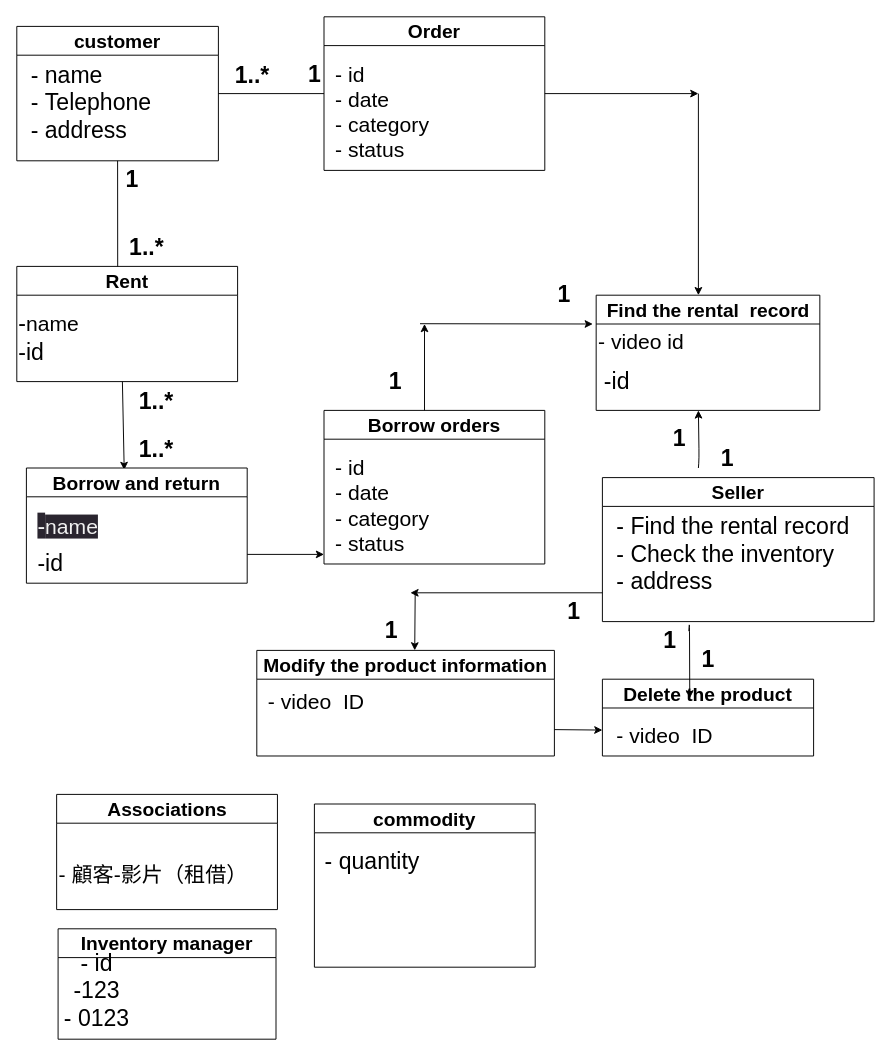
as37470317/112-2Finalproject keeps this draw.io diagram as page "第1頁" (1 of 2) of answer.drawio. Above is the earlier version. Source tidied: cells renumbered, new cells numbered last; positions are measured from the earlier drawing's top-left corner, leaving out a move shared by most shapes. Both pictures are drawn from the tidied source at 96%, with x=0, y=0 at pixel (16, 16).
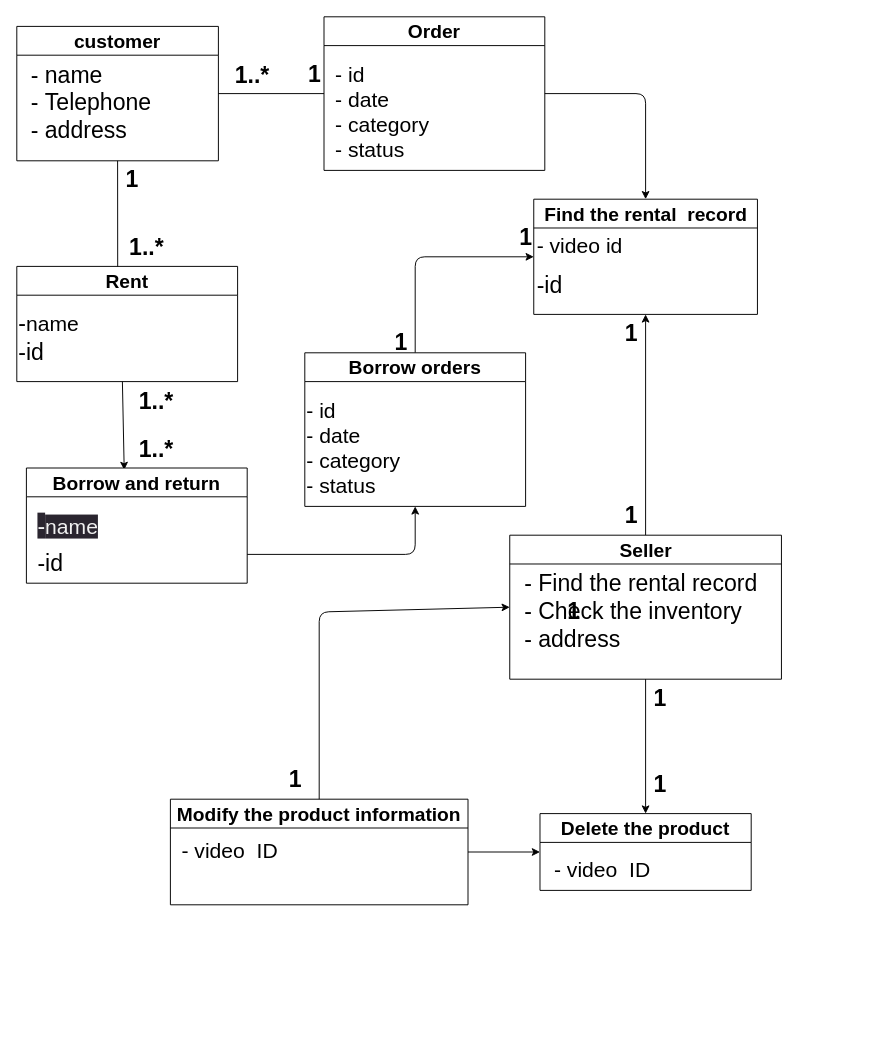
Above is the later version.

Commit message (it also covers changes not shown here):
初步類別圖

Unchanged cells that the change refers to:
```xml
<mxCell id="15" value="&lt;font style=&quot;font-size: 20px;&quot;&gt;Order&lt;/font&gt;" style="swimlane;whiteSpace=wrap;html=1;startSize=30;" parent="1" vertex="1">
  <mxGeometry x="320" width="230" height="160" as="geometry" />
</mxCell>
<mxCell id="28" value="&lt;span style=&quot;font-size: 20px;&quot;&gt;Borrow and return&lt;/span&gt;" style="swimlane;whiteSpace=wrap;html=1;startSize=30;" parent="1" vertex="1">
  <mxGeometry x="10" y="470" width="230" height="120" as="geometry" />
</mxCell>
```

Change to the diagram source:
```diff
@@
-    <mxCell id="2" value="&lt;font style=&quot;font-size: 20px;&quot;&gt;Associations&lt;/font&gt;" style="swimlane;whiteSpace=wrap;html=1;startSize=30;" parent="1" vertex="1">
-      <mxGeometry x="41.5" y="810" width="230" height="120" as="geometry" />
-    </mxCell>
-    <mxCell id="3" value="&lt;font style=&quot;font-size: 22px;&quot;&gt; - 顧客-影片（租借）&lt;br&gt;&lt;/font&gt;" style="text;html=1;align=left;verticalAlign=middle;strokeColor=none;fillColor=none;" parent="2" vertex="1">
-      <mxGeometry y="65" width="220" height="40" as="geometry" />
-    </mxCell>
-    <mxCell id="4" value="&lt;font style=&quot;font-size: 20px;&quot;&gt;commodity&lt;/font&gt;" style="swimlane;whiteSpace=wrap;html=1;startSize=30;" parent="1" vertex="1">
-      <mxGeometry x="310" y="820" width="230" height="170" as="geometry" />
-    </mxCell>
-    <mxCell id="5" value="&lt;font style=&quot;font-size: 24px;&quot;&gt;-&amp;nbsp;quantity&lt;/font&gt;" style="text;html=1;align=center;verticalAlign=middle;strokeColor=none;fillColor=none;" parent="4" vertex="1">
-      <mxGeometry y="40" width="120" height="40" as="geometry" />
-    </mxCell>
@@
-    <mxCell id="10" value="&lt;font style=&quot;font-size: 20px;&quot;&gt;Inventory manager&lt;/font&gt;" style="swimlane;whiteSpace=wrap;html=1;startSize=30;" parent="1" vertex="1">
-      <mxGeometry x="43" y="950" width="227" height="115" as="geometry" />
-    </mxCell>
-    <mxCell id="11" value="&lt;font style=&quot;font-size: 24px;&quot;&gt;- id&lt;br&gt;-123&lt;br&gt;- 0123&lt;br&gt;&lt;/font&gt;" style="text;html=1;align=center;verticalAlign=middle;strokeColor=none;fillColor=none;" parent="10" vertex="1">
-      <mxGeometry x="-5" y="15" width="90" height="100" as="geometry" />
-    </mxCell>
@@
-    <mxCell id="14" style="edgeStyle=none;html=1;exitX=1;exitY=0.5;exitDx=0;exitDy=0;" parent="1" edge="1" source="15">
-      <mxGeometry relative="1" as="geometry">
-        <mxPoint x="710" y="80" as="targetPoint" />
-      </mxGeometry>
-    </mxCell>
+    <mxCell id="56" style="edgeStyle=none;html=1;exitX=1;exitY=0.5;exitDx=0;exitDy=0;entryX=0.5;entryY=0;entryDx=0;entryDy=0;" parent="1" edge="1" source="15" target="20">
+      <mxGeometry relative="1" as="geometry">
+        <Array as="points">
+          <mxPoint x="655" y="80" />
+        </Array>
+      </mxGeometry>
+    </mxCell>
@@
-    <mxCell id="17" style="edgeStyle=none;html=1;exitX=0;exitY=0.5;exitDx=0;exitDy=0;" parent="1" edge="1">
-      <mxGeometry relative="1" as="geometry">
-        <mxPoint x="610" y="600" as="sourcePoint" />
-        <mxPoint x="410" y="600" as="targetPoint" />
-      </mxGeometry>
-    </mxCell>
+    <mxCell id="57" style="edgeStyle=none;html=1;exitX=0.5;exitY=0;exitDx=0;exitDy=0;entryX=0.5;entryY=1;entryDx=0;entryDy=0;" parent="1" edge="1" source="18" target="20">
+      <mxGeometry relative="1" as="geometry" />
+    </mxCell>
+    <mxCell id="58" style="edgeStyle=none;html=1;exitX=0.5;exitY=1;exitDx=0;exitDy=0;entryX=0.5;entryY=0;entryDx=0;entryDy=0;" parent="1" edge="1" source="18" target="31">
+      <mxGeometry relative="1" as="geometry" />
+    </mxCell>
     <mxCell id="18" value="&lt;span style=&quot;font-size: 20px;&quot;&gt;Seller&lt;/span&gt;" style="swimlane;whiteSpace=wrap;html=1;startSize=30;" parent="1" vertex="1">
-      <mxGeometry x="610" y="480" width="283" height="150" as="geometry" />
+      <mxGeometry x="513.5" y="540" width="283" height="150" as="geometry" />
     </mxCell>
@@
     <mxCell id="20" value="&lt;span style=&quot;font-size: 20px;&quot;&gt;Find the rental&amp;nbsp; record&lt;/span&gt;" style="swimlane;whiteSpace=wrap;html=1;startSize=30;" parent="1" vertex="1">
-      <mxGeometry x="603.5" y="290" width="233" height="120" as="geometry" />
+      <mxGeometry x="538.5" y="190" width="233" height="120" as="geometry" />
     </mxCell>
     <mxCell id="21" value="&lt;font style=&quot;font-size: 22px;&quot;&gt; - video id&lt;br&gt;&lt;/font&gt;" style="text;html=1;align=left;verticalAlign=middle;strokeColor=none;fillColor=none;" parent="20" vertex="1">
-      <mxGeometry y="30" width="110" height="40" as="geometry" />
+      <mxGeometry x="1.5" y="30" width="110" height="40" as="geometry" />
     </mxCell>
     <mxCell id="22" value="&lt;font style=&quot;font-size: 22px;&quot;&gt;&lt;span style=&quot;font-size: 24px;&quot;&gt;-id&lt;/span&gt;&lt;br&gt;&lt;/font&gt;" style="text;html=1;align=left;verticalAlign=middle;strokeColor=none;fillColor=none;" parent="20" vertex="1">
-      <mxGeometry x="6.5" y="70" width="50" height="40" as="geometry" />
+      <mxGeometry x="1.5" y="70" width="50" height="40" as="geometry" />
     </mxCell>
@@
-    <mxCell id="27" style="edgeStyle=none;html=1;exitX=1;exitY=0.75;exitDx=0;exitDy=0;" parent="1" edge="1" source="28">
-      <mxGeometry relative="1" as="geometry">
-        <mxPoint x="320" y="560" as="targetPoint" />
-      </mxGeometry>
-    </mxCell>
+    <mxCell id="59" style="edgeStyle=none;html=1;exitX=1;exitY=0.75;exitDx=0;exitDy=0;entryX=0.5;entryY=1;entryDx=0;entryDy=0;" parent="1" edge="1" source="28" target="39">
+      <mxGeometry relative="1" as="geometry">
+        <Array as="points">
+          <mxPoint x="415" y="560" />
+        </Array>
+      </mxGeometry>
+    </mxCell>
@@
     <mxCell id="31" value="&lt;span style=&quot;font-size: 20px;&quot;&gt;Delete the product&lt;/span&gt;" style="swimlane;whiteSpace=wrap;html=1;startSize=30;" parent="1" vertex="1">
-      <mxGeometry x="610" y="690" width="220" height="80" as="geometry" />
+      <mxGeometry x="545" y="830" width="220" height="80" as="geometry" />
     </mxCell>
@@
-    <mxCell id="33" style="edgeStyle=none;html=1;" parent="1" edge="1">
-      <mxGeometry relative="1" as="geometry">
-        <mxPoint x="415" y="600" as="sourcePoint" />
-        <mxPoint x="414.5" y="660" as="targetPoint" />
-      </mxGeometry>
-    </mxCell>
-    <mxCell id="34" style="edgeStyle=none;html=1;exitX=1;exitY=0.75;exitDx=0;exitDy=0;" parent="1" edge="1">
-      <mxGeometry relative="1" as="geometry">
-        <mxPoint x="560" y="742.5" as="sourcePoint" />
-        <mxPoint x="610" y="743" as="targetPoint" />
-      </mxGeometry>
-    </mxCell>
+    <mxCell id="60" style="edgeStyle=none;html=1;exitX=1;exitY=0.5;exitDx=0;exitDy=0;entryX=0;entryY=0.5;entryDx=0;entryDy=0;" parent="1" edge="1" source="35" target="31">
+      <mxGeometry relative="1" as="geometry" />
+    </mxCell>
     <mxCell id="35" value="&lt;span style=&quot;font-size: 20px;&quot;&gt;Modify the product information&lt;/span&gt;" style="swimlane;whiteSpace=wrap;html=1;startSize=30;" parent="1" vertex="1">
-      <mxGeometry x="250" y="660" width="310" height="110" as="geometry" />
+      <mxGeometry x="160" y="815" width="310" height="110" as="geometry" />
     </mxCell>
@@
-    <mxCell id="37" style="edgeStyle=none;html=1;" parent="1" edge="1">
-      <mxGeometry relative="1" as="geometry">
-        <mxPoint x="710" y="470" as="sourcePoint" />
-        <mxPoint x="710" y="410" as="targetPoint" />
-        <Array as="points">
-          <mxPoint x="710.7" y="460" />
-        </Array>
-      </mxGeometry>
-    </mxCell>
-    <mxCell id="38" style="edgeStyle=none;html=1;" parent="1" edge="1">
-      <mxGeometry relative="1" as="geometry">
-        <mxPoint x="700" y="640" as="sourcePoint" />
-        <mxPoint x="701" y="710" as="targetPoint" />
-        <Array as="points">
-          <mxPoint x="700.7" y="630" />
-        </Array>
-      </mxGeometry>
-    </mxCell>
+    <mxCell id="61" style="edgeStyle=none;html=1;exitX=0.5;exitY=0;exitDx=0;exitDy=0;entryX=0;entryY=0.5;entryDx=0;entryDy=0;" parent="1" edge="1" source="39" target="20">
+      <mxGeometry relative="1" as="geometry">
+        <Array as="points">
+          <mxPoint x="415" y="250" />
+        </Array>
+      </mxGeometry>
+    </mxCell>
     <mxCell id="39" value="&lt;font style=&quot;font-size: 20px;&quot;&gt;Borrow orders&lt;/font&gt;" style="swimlane;whiteSpace=wrap;html=1;startSize=30;" parent="1" vertex="1">
-      <mxGeometry x="320" y="410" width="230" height="160" as="geometry" />
+      <mxGeometry x="300" y="350" width="230" height="160" as="geometry" />
     </mxCell>
     <mxCell id="40" value="&lt;font style=&quot;&quot;&gt;&lt;span style=&quot;font-size: 22px;&quot;&gt;- id&lt;/span&gt;&lt;/font&gt;&lt;font style=&quot;&quot;&gt;&lt;br&gt;&lt;span style=&quot;font-size: 22px;&quot;&gt;-&amp;nbsp;date&lt;/span&gt;&lt;br&gt;&lt;span style=&quot;font-size: 22px;&quot;&gt;- category&lt;br&gt;&lt;/span&gt;&lt;font style=&quot;font-size: 22px;&quot;&gt;- status&lt;/font&gt;&lt;br&gt;&lt;/font&gt;" style="text;html=1;align=left;verticalAlign=middle;strokeColor=none;fillColor=none;" parent="39" vertex="1">
-      <mxGeometry x="10" y="40" width="120" height="120" as="geometry" />
+      <mxGeometry y="40" width="120" height="120" as="geometry" />
     </mxCell>
-    <mxCell id="41" style="edgeStyle=none;html=1;exitX=1;exitY=0.5;exitDx=0;exitDy=0;" parent="1" edge="1">
-      <mxGeometry relative="1" as="geometry">
-        <mxPoint x="710" y="80" as="sourcePoint" />
-        <mxPoint x="710" y="290" as="targetPoint" />
-      </mxGeometry>
-    </mxCell>
@@
-    <mxCell id="46" style="edgeStyle=none;html=1;" parent="1" edge="1">
-      <mxGeometry relative="1" as="geometry">
-        <mxPoint x="424.7" y="410" as="sourcePoint" />
-        <mxPoint x="424.7" y="320" as="targetPoint" />
-      </mxGeometry>
-    </mxCell>
-    <mxCell id="47" style="edgeStyle=none;html=1;exitX=1;exitY=0.75;exitDx=0;exitDy=0;" parent="1" edge="1">
-      <mxGeometry relative="1" as="geometry">
-        <mxPoint x="420" y="319.7" as="sourcePoint" />
-        <mxPoint x="600" y="320" as="targetPoint" />
-      </mxGeometry>
-    </mxCell>
     <mxCell id="48" value="1" style="text;strokeColor=none;fillColor=none;html=1;fontSize=24;fontStyle=1;verticalAlign=middle;align=center;" parent="1" vertex="1">
-      <mxGeometry x="520" y="270" width="100" height="40" as="geometry" />
+      <mxGeometry x="480" y="210" width="100" height="40" as="geometry" />
     </mxCell>
     <mxCell id="49" value="1" style="text;strokeColor=none;fillColor=none;html=1;fontSize=24;fontStyle=1;verticalAlign=middle;align=center;" parent="1" vertex="1">
-      <mxGeometry x="344" y="360" width="100" height="40" as="geometry" />
+      <mxGeometry x="350" y="320" width="100" height="40" as="geometry" />
     </mxCell>
     <mxCell id="50" value="1" style="text;strokeColor=none;fillColor=none;html=1;fontSize=24;fontStyle=1;verticalAlign=middle;align=center;" parent="1" vertex="1">
-      <mxGeometry x="690" y="440" width="100" height="40" as="geometry" />
+      <mxGeometry x="590" y="500" width="100" height="40" as="geometry" />
     </mxCell>
     <mxCell id="51" value="1" style="text;strokeColor=none;fillColor=none;html=1;fontSize=24;fontStyle=1;verticalAlign=middle;align=center;" parent="1" vertex="1">
-      <mxGeometry x="640" y="420" width="100" height="40" as="geometry" />
+      <mxGeometry x="590" y="310" width="100" height="40" as="geometry" />
     </mxCell>
     <mxCell id="52" value="1" style="text;strokeColor=none;fillColor=none;html=1;fontSize=24;fontStyle=1;verticalAlign=middle;align=center;" parent="1" vertex="1">
-      <mxGeometry x="630" y="630" width="100" height="40" as="geometry" />
+      <mxGeometry x="620" y="690" width="100" height="40" as="geometry" />
     </mxCell>
     <mxCell id="53" value="1" style="text;strokeColor=none;fillColor=none;html=1;fontSize=24;fontStyle=1;verticalAlign=middle;align=center;" parent="1" vertex="1">
-      <mxGeometry x="670" y="650" width="100" height="40" as="geometry" />
+      <mxGeometry x="620" y="780" width="100" height="40" as="geometry" />
     </mxCell>
@@
+    <mxCell id="62" style="edgeStyle=none;html=1;exitX=0.75;exitY=1;exitDx=0;exitDy=0;entryX=0;entryY=0.5;entryDx=0;entryDy=0;" parent="1" edge="1" source="55" target="18">
+      <mxGeometry relative="1" as="geometry">
+        <Array as="points">
+          <mxPoint x="315" y="620" />
+        </Array>
+      </mxGeometry>
+    </mxCell>
     <mxCell id="55" value="1" style="text;strokeColor=none;fillColor=none;html=1;fontSize=24;fontStyle=1;verticalAlign=middle;align=center;" parent="1" vertex="1">
-      <mxGeometry x="340" y="620" width="100" height="40" as="geometry" />
+      <mxGeometry x="240" y="775" width="100" height="40" as="geometry" />
     </mxCell>
```
